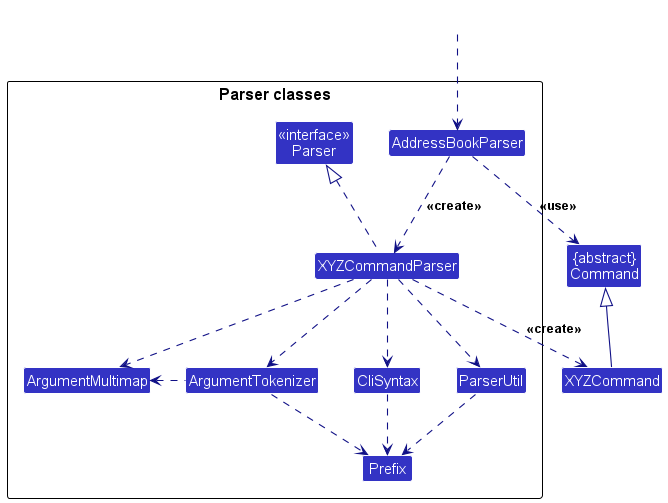
Above: docs/images/ParserClasses.png in c-wenlong/tp (PlantUML), before the change.
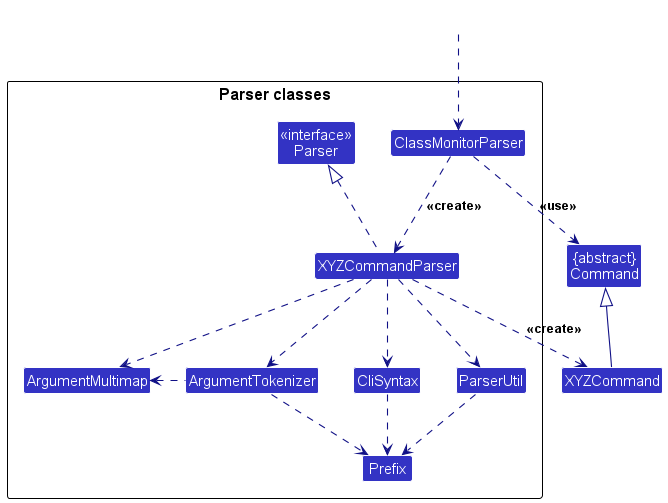
After the commit.

The edit, as a diff of the source:
```diff
@@ -9,7 +9,7 @@
 
 package "Parser classes"{
 Class "<<interface>>\nParser" as Parser
-Class AddressBookParser
+Class ClassMonitorParser
 Class XYZCommandParser
 Class CliSyntax
 Class ParserUtil
@@ -19,12 +19,12 @@
 }
 
 Class HiddenOutside #FFFFFF
-HiddenOutside ..> AddressBookParser
+HiddenOutside ..> ClassMonitorParser
 
-AddressBookParser .down.> XYZCommandParser: <<create>>
+ClassMonitorParser .down.> XYZCommandParser: <<create>>
 
 XYZCommandParser ..> XYZCommand : <<create>>
-AddressBookParser ..> Command : <<use>>
+ClassMonitorParser ..> Command : <<use>>
 XYZCommandParser .up.|> Parser
 XYZCommandParser ..> ArgumentMultimap
 XYZCommandParser ..> ArgumentTokenizer
```
